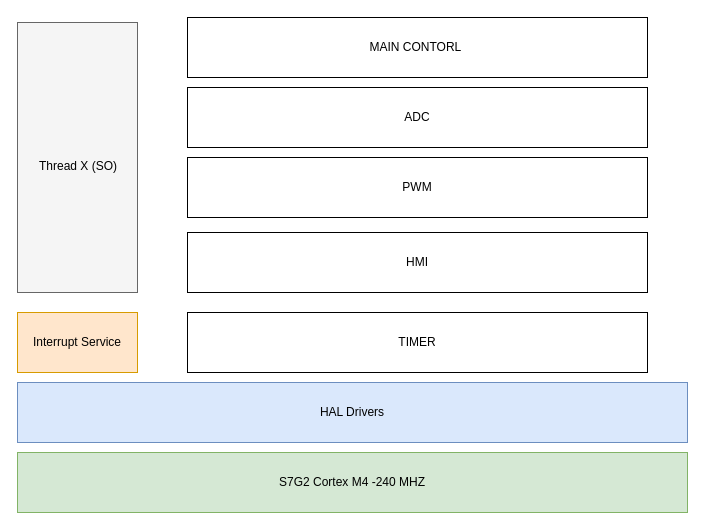
Earlier version of the draw.io diagram page "arquitectura de SO" (2 of 10) of Documentacion/UML_SW_ARQ.drawio (oscarporche/proyecto_integrador_DSE). Source tidied: cells renumbered, new cells numbered last; positions are measured from the earlier drawing's top-left corner, leaving out a move shared by most shapes. Both pictures are drawn from the tidied source at 100%, with x=0, y=0 at pixel (17, 17).
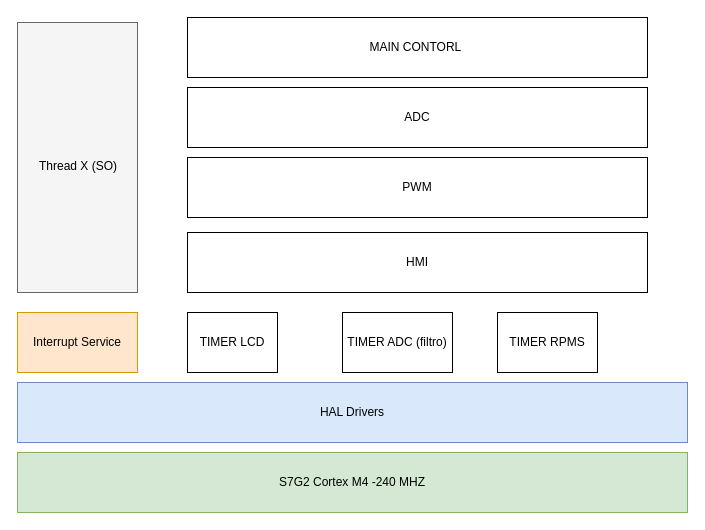
The same page after the edit.

Diff of the diagram source:
```diff
@@
 <mxGraphModel>
   <root>
     <mxCell id="0" />
     <mxCell id="1" parent="0" />
     <mxCell id="2" style="rounded=0;whiteSpace=wrap;html=1;fillColor=#f5f5f5;strokeColor=#666666;fontColor=#333333;" parent="1" vertex="1">
       <mxGeometry y="5" width="120" height="270" as="geometry" />
     </mxCell>
     <mxCell id="3" value="S7G2 Cortex M4 -240 MHZ" style="rounded=0;whiteSpace=wrap;html=1;fillColor=#d5e8d4;strokeColor=#82b366;" parent="1" vertex="1">
       <mxGeometry y="435" width="670" height="60" as="geometry" />
     </mxCell>
     <mxCell id="4" value="Interrupt Service" style="rounded=0;whiteSpace=wrap;html=1;fillColor=#ffe6cc;strokeColor=#d79b00;" parent="1" vertex="1">
       <mxGeometry y="295" width="120" height="60" as="geometry" />
     </mxCell>
     <mxCell id="5" value="HAL Drivers" style="rounded=0;whiteSpace=wrap;html=1;fillColor=#dae8fc;strokeColor=#6c8ebf;" parent="1" vertex="1">
       <mxGeometry y="365" width="670" height="60" as="geometry" />
     </mxCell>
     <mxCell id="6" value="Thread X (SO)" style="text;html=1;" parent="1" vertex="1">
       <mxGeometry x="20" y="135" width="100" height="30" as="geometry" />
     </mxCell>
     <mxCell id="7" value="MAIN CONTORL&amp;nbsp;" style="rounded=0;whiteSpace=wrap;html=1;" parent="1" vertex="1">
       <mxGeometry x="170" width="460" height="60" as="geometry" />
     </mxCell>
     <mxCell id="8" value="ADC" style="rounded=0;whiteSpace=wrap;html=1;" parent="1" vertex="1">
       <mxGeometry x="170" y="70" width="460" height="60" as="geometry" />
     </mxCell>
     <mxCell id="9" value="PWM" style="rounded=0;whiteSpace=wrap;html=1;" parent="1" vertex="1">
       <mxGeometry x="170" y="140" width="460" height="60" as="geometry" />
     </mxCell>
     <mxCell id="10" value="HMI" style="rounded=0;whiteSpace=wrap;html=1;" parent="1" vertex="1">
       <mxGeometry x="170" y="215" width="460" height="60" as="geometry" />
     </mxCell>
-    <mxCell id="11" value="TIMER" style="rounded=0;whiteSpace=wrap;html=1;" parent="1" vertex="1">
-      <mxGeometry x="170" y="295" width="460" height="60" as="geometry" />
+    <mxCell id="11" value="TIMER LCD" style="rounded=0;whiteSpace=wrap;html=1;" parent="1" vertex="1">
+      <mxGeometry x="170" y="295" width="90" height="60" as="geometry" />
     </mxCell>
+    <mxCell id="12" value="TIMER ADC (filtro)" style="rounded=0;whiteSpace=wrap;html=1;" parent="1" vertex="1">
+      <mxGeometry x="325" y="295" width="110" height="60" as="geometry" />
+    </mxCell>
+    <mxCell id="13" value="TIMER RPMS" style="rounded=0;whiteSpace=wrap;html=1;" parent="1" vertex="1">
+      <mxGeometry x="480" y="295" width="100" height="60" as="geometry" />
+    </mxCell>
   </root>
 </mxGraphModel>
```
